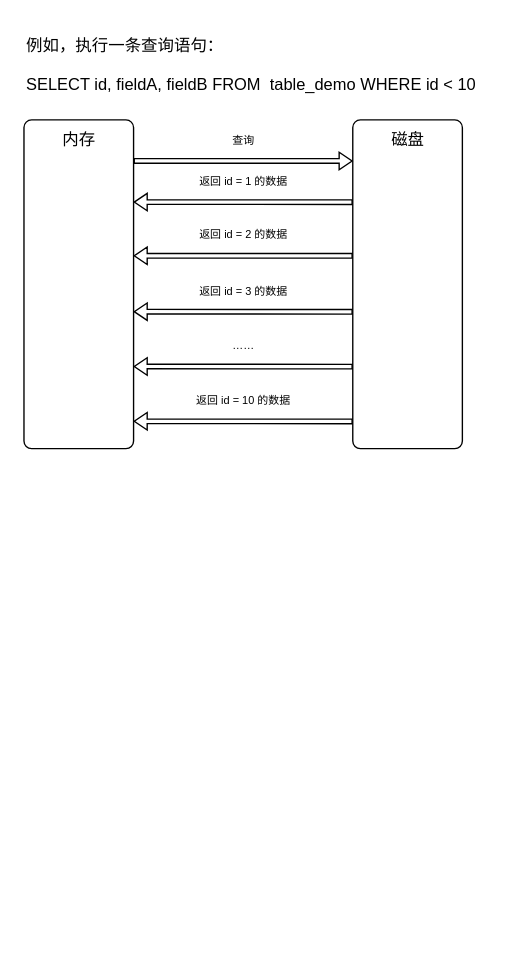
Before: MySQL 的 Page 结构/MySQL 的 Page 结构.drawio in zero-97/picture-of-the-article, a draw.io diagram. Source tidied: cells renumbered, new cells numbered last; positions are measured from the earlier drawing's top-left corner, leaving out a move shared by most shapes. Both pictures are drawn from the tidied source at 137%, with x=0, y=0 at pixel (23, 23).
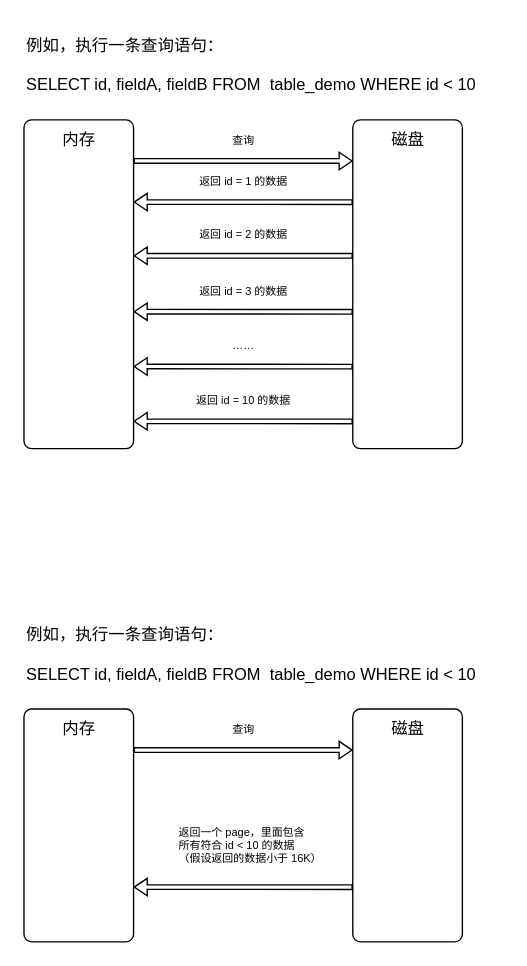
The same page after the edit.

What changed in the source:
```diff
@@
+    <mxCell id="19" style="rounded=1;whiteSpace=wrap;html=1;arcSize=7;" parent="1" vertex="1">
+      <mxGeometry y="500" width="80" height="170" as="geometry" />
+    </mxCell>
+    <mxCell id="20" value="例如，执行一条查询语句：&lt;br&gt;&lt;br&gt;SELECT id, fieldA, fieldB FROM&amp;nbsp; table_demo WHERE id &amp;lt; 10" style="text;html=1;align=left;verticalAlign=middle;strokeColor=none;fillColor=none;" parent="1" vertex="1">
+      <mxGeometry y="430" width="350" height="60" as="geometry" />
+    </mxCell>
+    <mxCell id="21" value="内存" style="text;html=1;align=center;verticalAlign=middle;strokeColor=none;fillColor=none;" parent="1" vertex="1">
+      <mxGeometry x="15" y="500" width="50" height="30" as="geometry" />
+    </mxCell>
+    <mxCell id="22" style="rounded=1;whiteSpace=wrap;html=1;arcSize=7;" parent="1" vertex="1">
+      <mxGeometry x="240" y="500" width="80" height="170" as="geometry" />
+    </mxCell>
+    <mxCell id="23" value="磁盘" style="text;html=1;align=center;verticalAlign=middle;strokeColor=none;fillColor=none;" parent="1" vertex="1">
+      <mxGeometry x="255" y="500" width="50" height="30" as="geometry" />
+    </mxCell>
+    <mxCell id="24" style="shape=flexArrow;endArrow=classic;html=1;rounded=0;width=3.333333333333333;endSize=2.814285714285714;endWidth=8.412698412698413;" parent="1" edge="1">
+      <mxGeometry relative="1" as="geometry">
+        <mxPoint x="80" y="530" as="sourcePoint" />
+        <mxPoint x="240" y="530" as="targetPoint" />
+      </mxGeometry>
+    </mxCell>
+    <mxCell id="25" value="查询" style="text;html=1;align=center;verticalAlign=middle;strokeColor=none;fillColor=none;fontSize=8;" parent="1" vertex="1">
+      <mxGeometry x="135" y="500" width="50" height="30" as="geometry" />
+    </mxCell>
+    <mxCell id="26" style="shape=flexArrow;endArrow=classic;html=1;rounded=0;width=3.333333333333333;endSize=2.814285714285714;endWidth=8.412698412698413;exitX=0;exitY=0.438;exitDx=0;exitDy=0;exitPerimeter=0;" parent="1" edge="1">
+      <mxGeometry relative="1" as="geometry">
+        <mxPoint x="240" y="630.1" as="sourcePoint" />
+        <mxPoint x="80" y="630" as="targetPoint" />
+      </mxGeometry>
+    </mxCell>
+    <mxCell id="27" value="&lt;div style=&quot;text-align: left;&quot;&gt;&lt;span style=&quot;background-color: initial;&quot;&gt;返回一个 page，里面包含&lt;br&gt;所有符合 id &amp;lt; 10 的数据&lt;/span&gt;&lt;/div&gt;&lt;font style=&quot;font-size: 8px;&quot;&gt;&lt;div style=&quot;text-align: left;&quot;&gt;&lt;span style=&quot;background-color: initial;&quot;&gt;（假设返回的数据小于 16K）&lt;/span&gt;&lt;/div&gt;&lt;/font&gt;" style="text;html=1;align=center;verticalAlign=middle;strokeColor=none;fillColor=none;fontSize=8;" parent="1" vertex="1">
+      <mxGeometry x="75" y="570" width="180" height="60" as="geometry" />
+    </mxCell>
```
